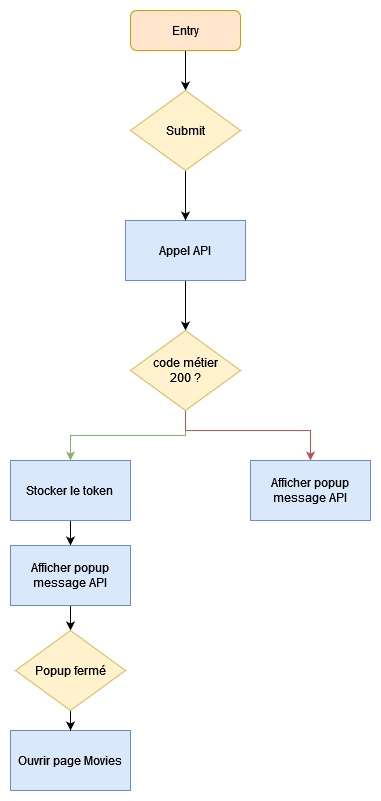
Before: docs/android/tp/compose/img/tp_diagram_login.png, a diagram exported from draw.io (Chocolaterie/documentation). Source tidied: cells renumbered, new cells last; positions are measured from the earlier drawing's top-left corner, leaving out a move shared by most shapes.
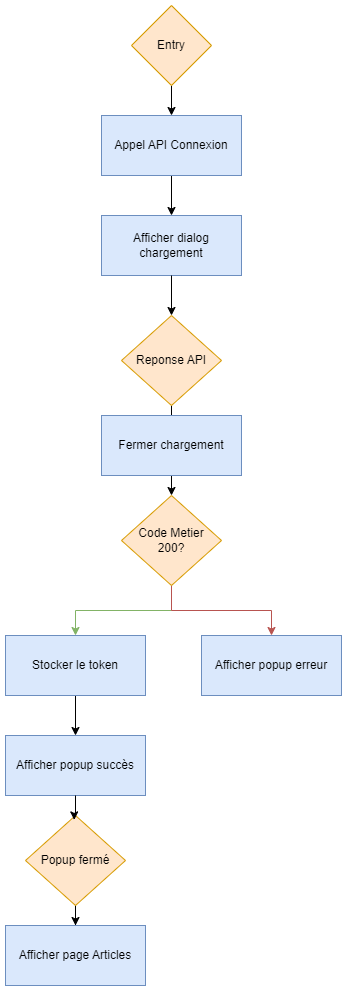
The same file after the commit.

What changed in the source:
```diff
@@ -2,61 +2,65 @@
   <root>
     <mxCell id="0" />
     <mxCell id="1" parent="0" />
-    <mxCell id="2" style="edgeStyle=orthogonalEdgeStyle;rounded=0;jettySize=auto;html=1;" parent="1" edge="1" source="3" target="18">
-      <mxGeometry relative="1" as="geometry" />
-    </mxCell>
+    <mxCell id="19" style="edgeStyle=orthogonalEdgeStyle;rounded=0;jettySize=auto;html=1;entryX=0.5;entryY=0;entryDx=0;entryDy=0;fillColor=#d5e8d4;strokeColor=#82b366;" parent="1" edge="1" source="21" target="10">
+      <mxGeometry relative="1" as="geometry" />
+    </mxCell>
+    <mxCell id="20" style="edgeStyle=orthogonalEdgeStyle;rounded=0;jettySize=auto;html=1;fillColor=#f8cecc;strokeColor=#b85450;" parent="1" edge="1" source="21" target="35">
+      <mxGeometry relative="1" as="geometry" />
+    </mxCell>
+    <mxCell id="21" value="Code Metier&lt;div&gt;200?&lt;/div&gt;" style="rhombus;whiteSpace=wrap;html=1;fillColor=#ffe6cc;strokeColor=#d79b00;" parent="1" vertex="1">
+      <mxGeometry x="170" y="390" width="100" height="90" as="geometry" />
+    </mxCell>
+    <mxCell id="22" style="edgeStyle=orthogonalEdgeStyle;rounded=0;jettySize=auto;html=1;entryX=0.5;entryY=0;entryDx=0;entryDy=0;" parent="1" edge="1" source="23" target="26">
+      <mxGeometry relative="1" as="geometry" />
+    </mxCell>
+    <mxCell id="23" value="Appel API Connexion" style="rounded=0;whiteSpace=wrap;html=1;fillColor=#dae8fc;strokeColor=#6c8ebf;" parent="1" vertex="1">
+      <mxGeometry x="150" y="10" width="140" height="60" as="geometry" />
+    </mxCell>
+    <mxCell id="24" style="edgeStyle=orthogonalEdgeStyle;rounded=0;jettySize=auto;html=1;entryX=0.5;entryY=0;entryDx=0;entryDy=0;" parent="1" edge="1" source="3" target="23">
+      <mxGeometry relative="1" as="geometry" />
+    </mxCell>
-    <mxCell id="3" value="Entry" style="rounded=1;whiteSpace=wrap;html=1;fillColor=#ffe6cc;strokeColor=#d79b00;" parent="1" vertex="1">
-      <mxGeometry x="120" width="110" height="40" as="geometry" />
+    <mxCell id="3" value="Entry" style="rhombus;whiteSpace=wrap;html=1;fillColor=#ffe6cc;strokeColor=#d79b00;" parent="1" vertex="1">
+      <mxGeometry x="180" y="-100" width="80" height="80" as="geometry" />
     </mxCell>
-    <mxCell id="4" style="edgeStyle=orthogonalEdgeStyle;rounded=0;jettySize=auto;html=1;" parent="1" edge="1" source="5" target="8">
-      <mxGeometry relative="1" as="geometry" />
-    </mxCell>
-    <mxCell id="5" value="Appel API" style="rounded=0;whiteSpace=wrap;html=1;fillColor=#dae8fc;strokeColor=#6c8ebf;" parent="1" vertex="1">
-      <mxGeometry x="115" y="210" width="120" height="60" as="geometry" />
-    </mxCell>
-    <mxCell id="6" style="edgeStyle=orthogonalEdgeStyle;rounded=0;jettySize=auto;html=1;fillColor=#d5e8d4;strokeColor=#82b366;" parent="1" edge="1" source="8" target="10">
-      <mxGeometry relative="1" as="geometry" />
-    </mxCell>
-    <mxCell id="7" style="edgeStyle=orthogonalEdgeStyle;rounded=0;jettySize=auto;html=1;entryX=0.5;entryY=0;entryDx=0;entryDy=0;fillColor=#f8cecc;strokeColor=#b85450;" parent="1" edge="1" source="8" target="16">
-      <mxGeometry relative="1" as="geometry">
-        <Array as="points">
-          <mxPoint x="175" y="420" />
-          <mxPoint x="300" y="420" />
-        </Array>
-      </mxGeometry>
-    </mxCell>
-    <mxCell id="8" value="&lt;div&gt;code métier&lt;/div&gt;&lt;div&gt;200 ?&lt;/div&gt;" style="rhombus;whiteSpace=wrap;html=1;fillColor=#fff2cc;strokeColor=#d6b656;" parent="1" vertex="1">
-      <mxGeometry x="120" y="320" width="110" height="80" as="geometry" />
-    </mxCell>
-    <mxCell id="9" style="edgeStyle=orthogonalEdgeStyle;rounded=0;jettySize=auto;html=1;" parent="1" edge="1" source="10" target="12">
-      <mxGeometry relative="1" as="geometry" />
-    </mxCell>
+    <mxCell id="25" style="edgeStyle=orthogonalEdgeStyle;rounded=0;jettySize=auto;html=1;entryX=0.5;entryY=0;entryDx=0;entryDy=0;" parent="1" edge="1" source="34" target="21">
+      <mxGeometry relative="1" as="geometry" />
+    </mxCell>
+    <mxCell id="26" value="Afficher dialog chargement" style="rounded=0;whiteSpace=wrap;html=1;fillColor=#dae8fc;strokeColor=#6c8ebf;" parent="1" vertex="1">
+      <mxGeometry x="150" y="110" width="140" height="60" as="geometry" />
+    </mxCell>
+    <mxCell id="27" style="edgeStyle=orthogonalEdgeStyle;rounded=0;jettySize=auto;html=1;entryX=0.5;entryY=0;entryDx=0;entryDy=0;" parent="1" edge="1" source="10" target="28">
+      <mxGeometry relative="1" as="geometry" />
+    </mxCell>
-    <mxCell id="10" value="&lt;div&gt;Stocker le token&lt;br&gt;&lt;/div&gt;" style="rounded=0;whiteSpace=wrap;html=1;fillColor=#dae8fc;strokeColor=#6c8ebf;" parent="1" vertex="1">
-      <mxGeometry y="450" width="120" height="60" as="geometry" />
+    <mxCell id="10" value="Stocker le token" style="rounded=0;whiteSpace=wrap;html=1;fillColor=#dae8fc;strokeColor=#6c8ebf;" parent="1" vertex="1">
+      <mxGeometry x="54" y="530" width="140" height="60" as="geometry" />
     </mxCell>
-    <mxCell id="11" style="edgeStyle=orthogonalEdgeStyle;rounded=0;jettySize=auto;html=1;" parent="1" edge="1" source="12" target="15">
-      <mxGeometry relative="1" as="geometry" />
-    </mxCell>
-    <mxCell id="12" value="Afficher popup message API" style="rounded=0;whiteSpace=wrap;html=1;fillColor=#dae8fc;strokeColor=#6c8ebf;" parent="1" vertex="1">
-      <mxGeometry y="535" width="120" height="60" as="geometry" />
-    </mxCell>
-    <mxCell id="13" value="Ouvrir page Movies" style="rounded=0;whiteSpace=wrap;html=1;fillColor=#dae8fc;strokeColor=#6c8ebf;" parent="1" vertex="1">
-      <mxGeometry y="720" width="120" height="60" as="geometry" />
-    </mxCell>
-    <mxCell id="14" style="edgeStyle=orthogonalEdgeStyle;rounded=0;jettySize=auto;html=1;" parent="1" edge="1" source="15" target="13">
-      <mxGeometry relative="1" as="geometry" />
-    </mxCell>
+    <mxCell id="28" value="Afficher popup succès" style="rounded=0;whiteSpace=wrap;html=1;fillColor=#dae8fc;strokeColor=#6c8ebf;" parent="1" vertex="1">
+      <mxGeometry x="54" y="630" width="140" height="60" as="geometry" />
+    </mxCell>
+    <mxCell id="29" style="edgeStyle=orthogonalEdgeStyle;rounded=0;jettySize=auto;html=1;" parent="1" edge="1" source="15" target="30">
+      <mxGeometry relative="1" as="geometry" />
+    </mxCell>
-    <mxCell id="15" value="Popup fermé" style="rhombus;whiteSpace=wrap;html=1;fillColor=#fff2cc;strokeColor=#d6b656;" parent="1" vertex="1">
-      <mxGeometry x="5" y="620" width="110" height="80" as="geometry" />
+    <mxCell id="15" value="Popup fermé" style="rhombus;whiteSpace=wrap;html=1;fillColor=#ffe6cc;strokeColor=#d79b00;" parent="1" vertex="1">
+      <mxGeometry x="74" y="710" width="100" height="90" as="geometry" />
     </mxCell>
-    <mxCell id="16" value="Afficher popup message API" style="rounded=0;whiteSpace=wrap;html=1;fillColor=#dae8fc;strokeColor=#6c8ebf;" parent="1" vertex="1">
-      <mxGeometry x="240" y="450" width="120" height="60" as="geometry" />
-    </mxCell>
-    <mxCell id="17" style="edgeStyle=orthogonalEdgeStyle;rounded=0;jettySize=auto;html=1;" parent="1" edge="1" source="18" target="5">
-      <mxGeometry relative="1" as="geometry" />
-    </mxCell>
-    <mxCell id="18" value="Submit" style="rhombus;whiteSpace=wrap;html=1;fillColor=#fff2cc;strokeColor=#d6b656;" parent="1" vertex="1">
-      <mxGeometry x="120" y="80" width="110" height="80" as="geometry" />
-    </mxCell>
+    <mxCell id="30" value="Afficher page Articles" style="rounded=0;whiteSpace=wrap;html=1;fillColor=#dae8fc;strokeColor=#6c8ebf;" parent="1" vertex="1">
+      <mxGeometry x="54" y="820" width="140" height="60" as="geometry" />
+    </mxCell>
+    <mxCell id="31" style="edgeStyle=orthogonalEdgeStyle;rounded=0;jettySize=auto;html=1;entryX=0.487;entryY=0.049;entryDx=0;entryDy=0;entryPerimeter=0;" parent="1" edge="1" source="28" target="15">
+      <mxGeometry relative="1" as="geometry" />
+    </mxCell>
+    <mxCell id="32" value="Fermer chargement" style="rounded=0;whiteSpace=wrap;html=1;fillColor=#dae8fc;strokeColor=#6c8ebf;" parent="1" vertex="1">
+      <mxGeometry x="150" y="310" width="140" height="60" as="geometry" />
+    </mxCell>
+    <mxCell id="33" style="edgeStyle=orthogonalEdgeStyle;rounded=0;jettySize=auto;html=1;entryX=0.5;entryY=0;entryDx=0;entryDy=0;" parent="1" edge="1" source="26" target="34">
+      <mxGeometry relative="1" as="geometry" />
+    </mxCell>
+    <mxCell id="34" value="Reponse API" style="rhombus;whiteSpace=wrap;html=1;fillColor=#ffe6cc;strokeColor=#d79b00;" parent="1" vertex="1">
+      <mxGeometry x="170" y="210" width="100" height="90" as="geometry" />
+    </mxCell>
+    <mxCell id="35" value="Afficher popup erreur" style="rounded=0;whiteSpace=wrap;html=1;fillColor=#dae8fc;strokeColor=#6c8ebf;" parent="1" vertex="1">
+      <mxGeometry x="250" y="530" width="140" height="60" as="geometry" />
+    </mxCell>
   </root>
 </mxGraphModel>
```
